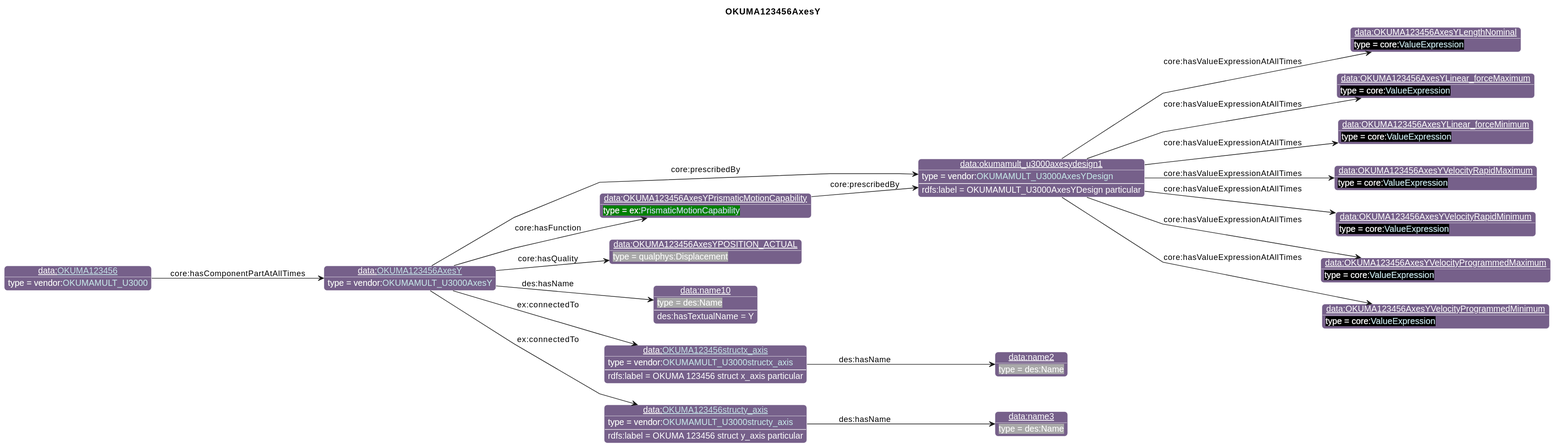
Earlier version of the PlantUML export diagrams/OKUMA123456AxesY.svg (iofoundry/example-syseng-mtconnect).
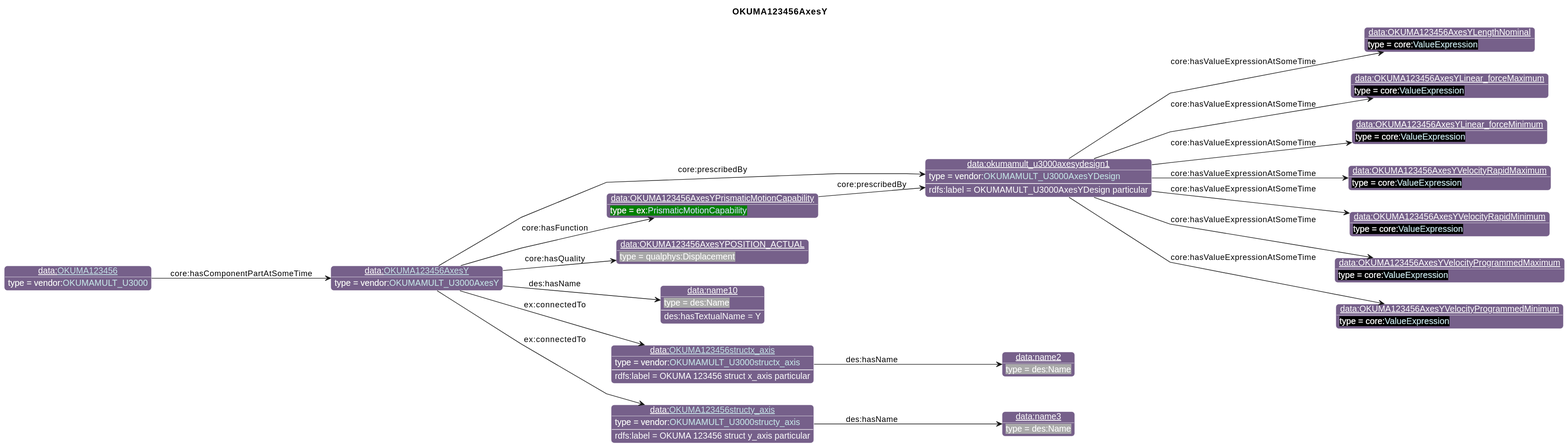
After the commit.

The edit, as a diff of the source:
```diff
@@ -44,13 +44,13 @@
 individual(o16, data:[[./OKUMA123456.html OKUMA123456]], vendor:[[../OKUMA.html#OKUMAMULT_U3000 OKUMAMULT_U3000]])
 property(o0, "core:prescribedBy", o1)
 data(o1, "rdfs:label", "OKUMAMULT_U3000AxesYDesign particular")
-property(o1, "core:hasValueExpressionAtAllTimes", o2)
-property(o1, "core:hasValueExpressionAtAllTimes", o3)
-property(o1, "core:hasValueExpressionAtAllTimes", o4)
-property(o1, "core:hasValueExpressionAtAllTimes", o5)
-property(o1, "core:hasValueExpressionAtAllTimes", o6)
-property(o1, "core:hasValueExpressionAtAllTimes", o7)
-property(o1, "core:hasValueExpressionAtAllTimes", o8)
+property(o1, "core:hasValueExpressionAtSomeTime", o2)
+property(o1, "core:hasValueExpressionAtSomeTime", o3)
+property(o1, "core:hasValueExpressionAtSomeTime", o4)
+property(o1, "core:hasValueExpressionAtSomeTime", o5)
+property(o1, "core:hasValueExpressionAtSomeTime", o6)
+property(o1, "core:hasValueExpressionAtSomeTime", o7)
+property(o1, "core:hasValueExpressionAtSomeTime", o8)
 property(o0, "core:hasFunction", o9)
 property(o9, "core:prescribedBy", o1)
 property(o0, "core:hasQuality", o10)
@@ -62,5 +62,5 @@
 property(o0, "ex:connectedTo", o14)
 data(o14, "rdfs:label", "OKUMA 123456 struct y_axis particular")
 property(o14, "des:hasName", o15)
-property(o16, "core:hasComponentPartAtAllTimes", o0)
+property(o16, "core:hasComponentPartAtSomeTime", o0)
 @enduml
```
